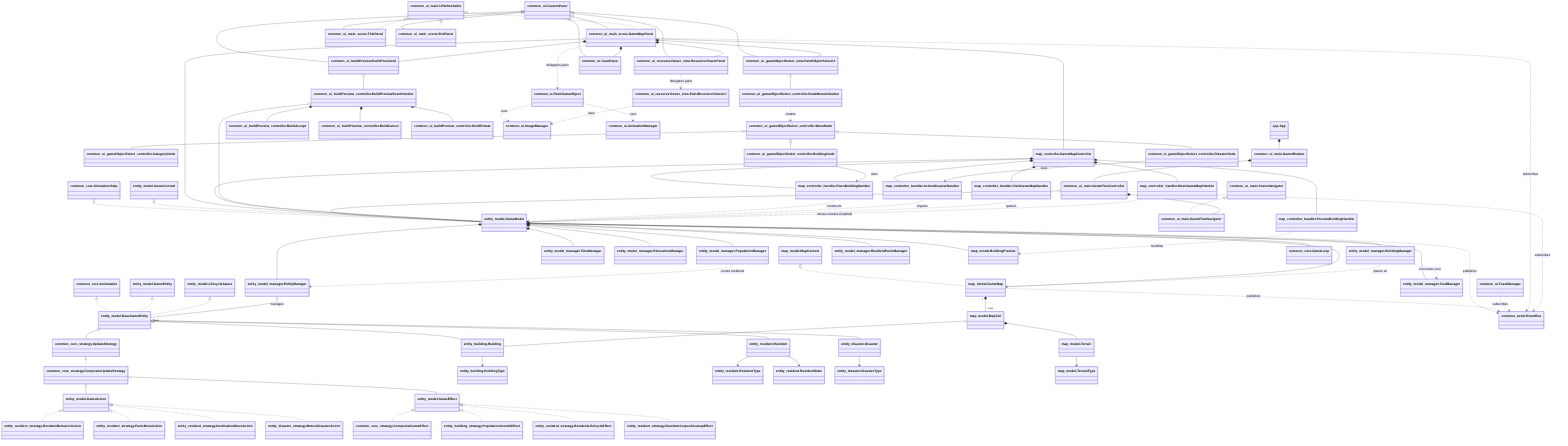
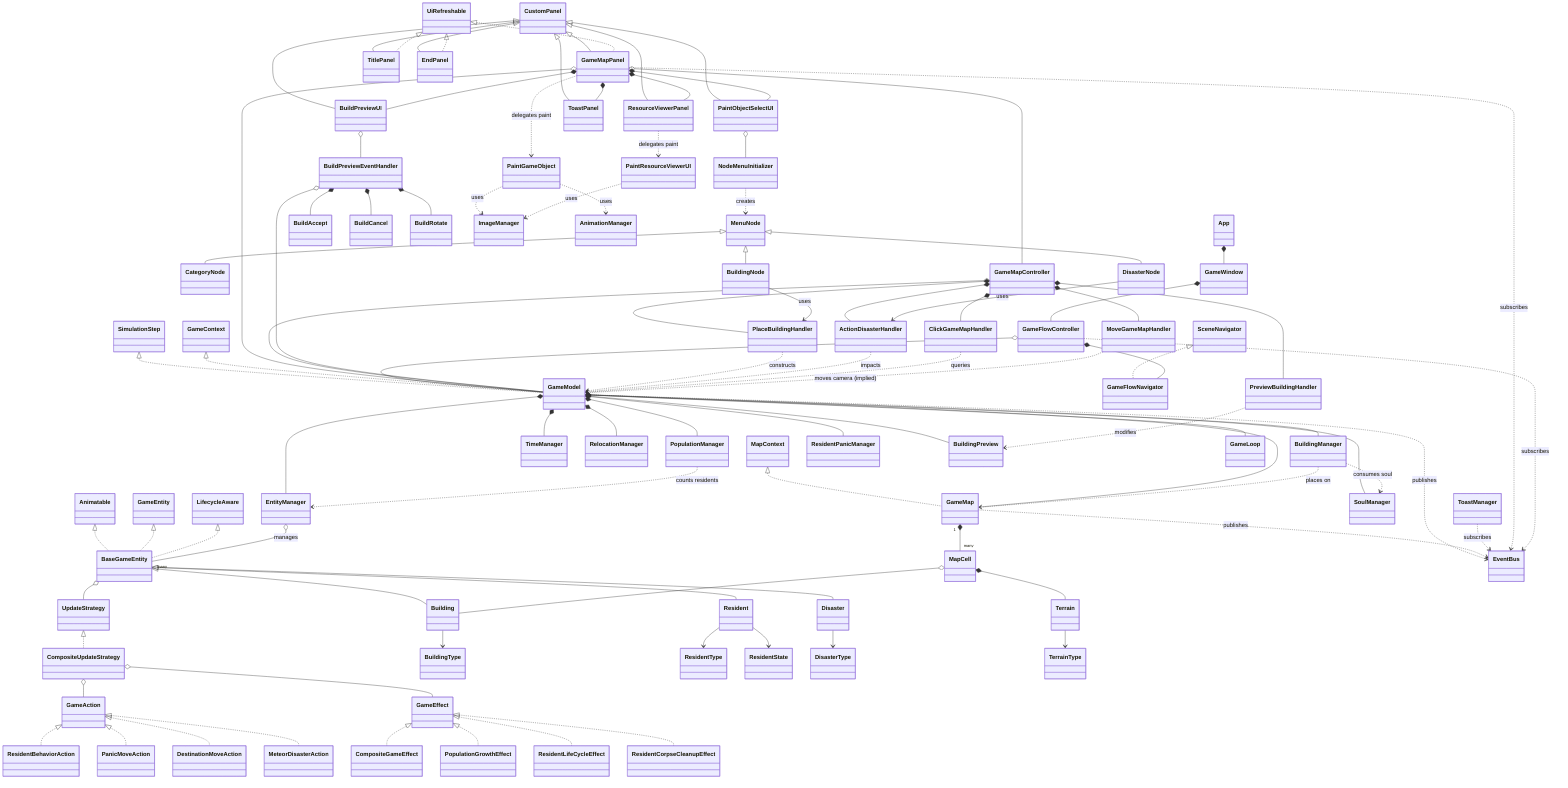
classDiagram
    %% ==========================================
-     %% Relationships and Inheritance (Detailed)
+     %% Relationships Only (No Methods, No Blocks)
    %% ==========================================

    %% --- Inheritance (IS-A) ---
    %% Core & Base Interfaces
-     common_core.Animatable <|.. entity_model.BaseGameEntity
-     common_core.SimulationStep <|.. entity_model.GameModel
+     Animatable <|.. BaseGameEntity
+     SimulationStep <|.. GameModel

    %% Entity Hierarchies
-     entity_model.GameEntity <|.. entity_model.BaseGameEntity
-     entity_model.LifecycleAware <|.. entity_model.BaseGameEntity
-     entity_model.GameContext <|.. entity_model.GameModel
+     GameEntity <|.. BaseGameEntity
+     LifecycleAware <|.. BaseGameEntity
+     GameContext <|.. GameModel

-     entity_model.BaseGameEntity <|-- entity_building.Building
-     entity_model.BaseGameEntity <|-- entity_resident.Resident
-     entity_model.BaseGameEntity <|-- entity_disaster.Disaster
+     BaseGameEntity <|-- Building
+     BaseGameEntity <|-- Resident
+     BaseGameEntity <|-- Disaster

    %% UI Hierarchies
-     common_ui.CustomPanel <|-- common_ui_main_scene.GameMapPanel
-     common_ui.CustomPanel <|-- common_ui_main_scene.TitlePanel
-     common_ui.CustomPanel <|-- common_ui_main_scene.EndPanel
-     common_ui.CustomPanel <|-- common_ui_buildPreview.BuildPreviewUI
-     common_ui.CustomPanel <|-- common_ui_resourceViewer_view.ResourceViewerPanel
-     common_ui.CustomPanel <|-- common_ui_gameObjectSelect_view.PaintObjectSelectUI
-     common_ui.CustomPanel <|-- common_ui.ToastPanel
+     CustomPanel <|-- GameMapPanel
+     CustomPanel <|-- TitlePanel
+     CustomPanel <|-- EndPanel
+     CustomPanel <|-- BuildPreviewUI
+     CustomPanel <|-- ResourceViewerPanel
+     CustomPanel <|-- PaintObjectSelectUI
+     CustomPanel <|-- ToastPanel

-     common_ui_main.UiRefreshable <|.. common_ui_main_scene.GameMapPanel
-     common_ui_main.UiRefreshable <|.. common_ui_main_scene.TitlePanel
-     common_ui_main.UiRefreshable <|.. common_ui_main_scene.EndPanel
+     UiRefreshable <|.. GameMapPanel
+     UiRefreshable <|.. TitlePanel
+     UiRefreshable <|.. EndPanel

-     common_ui_main.SceneNavigator <|.. common_ui_main.GameFlowNavigator
+     SceneNavigator <|.. GameFlowNavigator

    %% Strategy & Action Hierarchies
-     common_core_strategy.UpdateStrategy <|.. common_core_strategy.CompositeUpdateStrategy
+     UpdateStrategy <|.. CompositeUpdateStrategy

-     entity_model.GameAction <|.. entity_resident_strategy.ResidentBehaviorAction
-     entity_model.GameAction <|.. entity_resident_strategy.PanicMoveAction
-     entity_model.GameAction <|.. entity_resident_strategy.DestinationMoveAction
-     entity_model.GameAction <|.. entity_disaster_strategy.MeteorDisasterAction
+     GameAction <|.. ResidentBehaviorAction
+     GameAction <|.. PanicMoveAction
+     GameAction <|.. DestinationMoveAction
+     GameAction <|.. MeteorDisasterAction

-     entity_model.GameEffect <|.. common_core_strategy.CompositeGameEffect
-     entity_model.GameEffect <|.. entity_building_strategy.PopulationGrowthEffect
-     entity_model.GameEffect <|.. entity_resident_strategy.ResidentLifeCycleEffect
-     entity_model.GameEffect <|.. entity_resident_strategy.ResidentCorpseCleanupEffect
+     GameEffect <|.. CompositeGameEffect
+     GameEffect <|.. PopulationGrowthEffect
+     GameEffect <|.. ResidentLifeCycleEffect
+     GameEffect <|.. ResidentCorpseCleanupEffect

    %% Map Hierarchies
-     map_model.MapContext <|.. map_model.GameMap
+     MapContext <|.. GameMap

    %% Menu Hierarchies
-     common_ui_gameObjectSelect_controller.MenuNode <|-- common_ui_gameObjectSelect_controller.CategoryNode
-     common_ui_gameObjectSelect_controller.MenuNode <|-- common_ui_gameObjectSelect_controller.BuildingNode
-     common_ui_gameObjectSelect_controller.MenuNode <|-- common_ui_gameObjectSelect_controller.DisasterNode
+     MenuNode <|-- CategoryNode
+     MenuNode <|-- BuildingNode
+     MenuNode <|-- DisasterNode


    %% --- Composition (HAS-A) ---
    %% App -> UI
-     app.App *-- common_ui_main.GameWindow
-     common_ui_main.GameWindow *-- common_ui_main.GameFlowController
+     App *-- GameWindow
+     GameWindow *-- GameFlowController

    %% Game Model Structure (Central Hub)
-     entity_model.GameModel *-- entity_model_manager.EntityManager
-     entity_model.GameModel *-- entity_model_manager.SoulManager
-     entity_model.GameModel *-- entity_model_manager.TimeManager
-     entity_model.GameModel *-- entity_model_manager.RelocationManager
-     entity_model.GameModel *-- entity_model_manager.PopulationManager
-     entity_model.GameModel *-- entity_model_manager.BuildingManager
-     entity_model.GameModel *-- entity_model_manager.ResidentPanicManager
-     entity_model.GameModel *-- map_model.GameMap
-     entity_model.GameModel *-- map_model.BuildingPreview
-     entity_model.GameModel *-- common_core.GameLoop
+     GameModel *-- EntityManager
+     GameModel *-- SoulManager
+     GameModel *-- TimeManager
+     GameModel *-- RelocationManager
+     GameModel *-- PopulationManager
+     GameModel *-- BuildingManager
+     GameModel *-- ResidentPanicManager
+     GameModel *-- GameMap
+     GameModel *-- BuildingPreview
+     GameModel *-- GameLoop

    %% Map Structure
-     map_model.GameMap "1" *-- "many" map_model.MapCell
-     map_model.MapCell *-- map_model.Terrain
-     map_model.MapCell o-- entity_building.Building
+     GameMap "1" *-- "many" MapCell
+     MapCell *-- Terrain
+     MapCell o-- Building

    %% Entity Structure
-     entity_model.BaseGameEntity o-- common_core_strategy.UpdateStrategy
-     common_core_strategy.CompositeUpdateStrategy o-- entity_model.GameAction
-     common_core_strategy.CompositeUpdateStrategy o-- entity_model.GameEffect
-     entity_model_manager.EntityManager o-- "many" entity_model.BaseGameEntity : manages
+     BaseGameEntity o-- UpdateStrategy
+     CompositeUpdateStrategy o-- GameAction
+     CompositeUpdateStrategy o-- GameEffect
+     EntityManager o-- "many" BaseGameEntity : manages

    %% UI Structure
-     common_ui_main.GameFlowController *-- common_ui_main.GameFlowNavigator
-     common_ui_main.GameFlowController o-- entity_model.GameModel
+     GameFlowController *-- GameFlowNavigator
+     GameFlowController o-- GameModel

-     common_ui_main_scene.GameMapPanel *-- common_ui_buildPreview.BuildPreviewUI
-     common_ui_main_scene.GameMapPanel *-- common_ui_resourceViewer_view.ResourceViewerPanel
-     common_ui_main_scene.GameMapPanel *-- common_ui_gameObjectSelect_view.PaintObjectSelectUI
-     common_ui_main_scene.GameMapPanel *-- common_ui.ToastPanel
-     common_ui_main_scene.GameMapPanel o-- map_controller.GameMapController
-     common_ui_main_scene.GameMapPanel o-- entity_model.GameModel
+     GameMapPanel *-- BuildPreviewUI
+     GameMapPanel *-- ResourceViewerPanel
+     GameMapPanel *-- PaintObjectSelectUI
+     GameMapPanel *-- ToastPanel
+     GameMapPanel o-- GameMapController
+     GameMapPanel o-- GameModel

    %% Controller Structure
-     map_controller.GameMapController *-- map_controller_handler.ClickGameMapHandler
-     map_controller.GameMapController *-- map_controller_handler.MoveGameMapHandler
-     map_controller.GameMapController *-- map_controller_handler.ActionDisasterHandler
-     map_controller.GameMapController *-- map_controller_handler.PlaceBuildingHandler
-     map_controller.GameMapController *-- map_controller_handler.PreviewBuildingHandler
-     map_controller.GameMapController o-- entity_model.GameModel
+     GameMapController *-- ClickGameMapHandler
+     GameMapController *-- MoveGameMapHandler
+     GameMapController *-- ActionDisasterHandler
+     GameMapController *-- PlaceBuildingHandler
+     GameMapController *-- PreviewBuildingHandler
+     GameMapController o-- GameModel

    %% Sub-Controller / Handlers
-     common_ui_buildPreview.BuildPreviewUI o-- common_ui_buildPreview_controller.BuildPreviewEventHandler
-     common_ui_buildPreview_controller.BuildPreviewEventHandler o-- entity_model.GameModel
-     common_ui_buildPreview_controller.BuildPreviewEventHandler *-- common_ui_buildPreview_controller.BuildAccept
-     common_ui_buildPreview_controller.BuildPreviewEventHandler *-- common_ui_buildPreview_controller.BuildCancel
-     common_ui_buildPreview_controller.BuildPreviewEventHandler *-- common_ui_buildPreview_controller.BuildRotate
+     BuildPreviewUI o-- BuildPreviewEventHandler
+     BuildPreviewEventHandler o-- GameModel
+     BuildPreviewEventHandler *-- BuildAccept
+     BuildPreviewEventHandler *-- BuildCancel
+     BuildPreviewEventHandler *-- BuildRotate

    %% Menu Logic
-     common_ui_gameObjectSelect_view.PaintObjectSelectUI o-- common_ui_gameObjectSelect_controller.NodeMenuInitializer
-     common_ui_gameObjectSelect_controller.NodeMenuInitializer ..> common_ui_gameObjectSelect_controller.MenuNode : creates
-     common_ui_gameObjectSelect_controller.BuildingNode --> map_controller_handler.PlaceBuildingHandler : uses
-     common_ui_gameObjectSelect_controller.DisasterNode --> map_controller_handler.ActionDisasterHandler : uses
+     PaintObjectSelectUI o-- NodeMenuInitializer
+     NodeMenuInitializer ..> MenuNode : creates
+     BuildingNode --> PlaceBuildingHandler : uses
+     DisasterNode --> ActionDisasterHandler : uses


    %% --- Dependencies (USES / References) ---
    %% Type Definitions
-     entity_building.Building --> entity_building.BuildingType
-     entity_resident.Resident --> entity_resident.ResidentType
-     entity_resident.Resident --> entity_resident.ResidentState
-     entity_disaster.Disaster --> entity_disaster.DisasterType
-     map_model.Terrain --> map_model.TerrainType
+     Building --> BuildingType
+     Resident --> ResidentType
+     Resident --> ResidentState
+     Disaster --> DisasterType
+     Terrain --> TerrainType

    %% Logic Connections
-     map_controller_handler.PlaceBuildingHandler ..> entity_model.GameModel : constructs
-     map_controller_handler.ActionDisasterHandler ..> entity_model.GameModel : impacts
-     map_controller_handler.PreviewBuildingHandler ..> map_model.BuildingPreview : modifies
-     map_controller_handler.ClickGameMapHandler ..> entity_model.GameModel : queries
-     map_controller_handler.MoveGameMapHandler ..> entity_model.GameModel : moves camera (implied)
+     PlaceBuildingHandler ..> GameModel : constructs
+     ActionDisasterHandler ..> GameModel : impacts
+     PreviewBuildingHandler ..> BuildingPreview : modifies
+     ClickGameMapHandler ..> GameModel : queries
+     MoveGameMapHandler ..> GameModel : moves camera (implied)

    %% Rendering Connections
-     common_ui.PaintGameObject ..> common_ui.ImageManager : uses
-     common_ui.PaintGameObject ..> common_ui.AnimationManager : uses
-     common_ui_main_scene.GameMapPanel ..> common_ui.PaintGameObject : delegates paint
-     common_ui_resourceViewer_view.PaintResourceViewerUI ..> common_ui.ImageManager : uses
-     common_ui_resourceViewer_view.ResourceViewerPanel ..> common_ui_resourceViewer_view.PaintResourceViewerUI : delegates paint
+     PaintGameObject ..> ImageManager : uses
+     PaintGameObject ..> AnimationManager : uses
+     GameMapPanel ..> PaintGameObject : delegates paint
+     PaintResourceViewerUI ..> ImageManager : uses
+     ResourceViewerPanel ..> PaintResourceViewerUI : delegates paint

    %% Managers to Logic
-     entity_model_manager.BuildingManager ..> map_model.GameMap : places on
-     entity_model_manager.BuildingManager ..> entity_model_manager.SoulManager : consumes soul
-     entity_model_manager.PopulationManager ..> entity_model_manager.EntityManager : counts residents
+     BuildingManager ..> GameMap : places on
+     BuildingManager ..> SoulManager : consumes soul
+     PopulationManager ..> EntityManager : counts residents

    %% Event Bus Connections
-     entity_model.GameModel ..> common_event.EventBus : publishes
-     map_model.GameMap ..> common_event.EventBus : publishes
-     common_ui.ToastManager ..> common_event.EventBus : subscribes
-     common_ui_main_scene.GameMapPanel ..> common_event.EventBus : subscribes
-     common_ui_main.GameFlowController ..> common_event.EventBus : subscribes
+     GameModel ..> EventBus : publishes
+     GameMap ..> EventBus : publishes
+     ToastManager ..> EventBus : subscribes
+     GameMapPanel ..> EventBus : subscribes
+     GameFlowController ..> EventBus : subscribes
